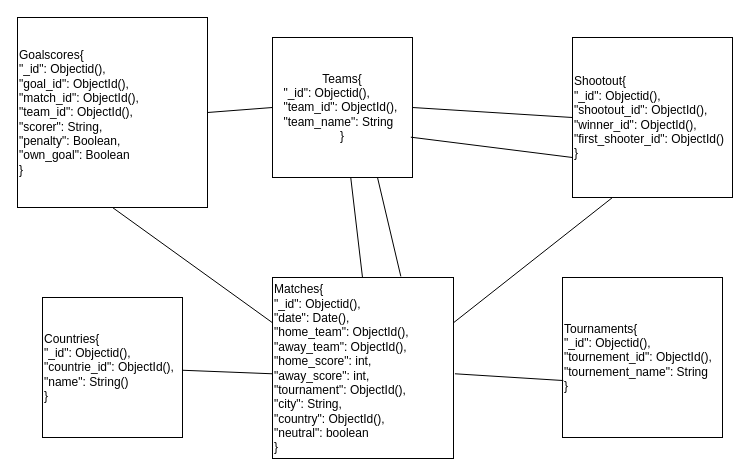
Above: BDA_project/bd_diagrams/Diagram_Mongo.drawio in AnaLiliaTeixeira/International-Football-Results (draw.io), before the change. Source tidied: cells renumbered, new cells numbered last; positions are measured from the earlier drawing's top-left corner, leaving out a move shared by most shapes. Both pictures are drawn from the tidied source at 100%, with x=0, y=0 at pixel (17, 17).
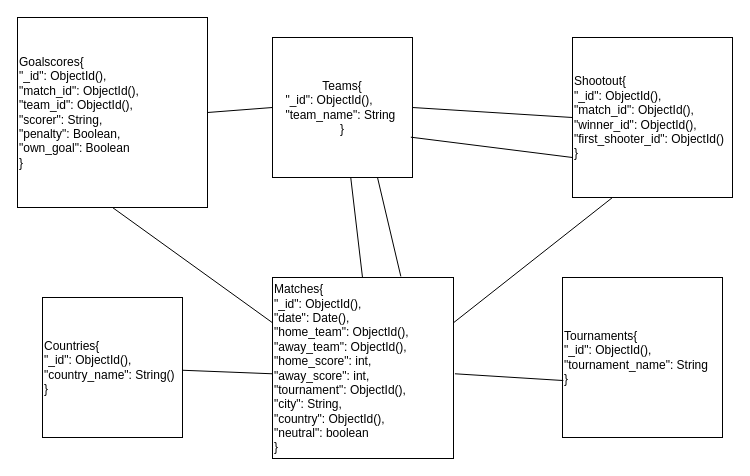
Above is the later version.

Diff of the diagram source:
```diff
@@
 <mxGraphModel>
   <root>
     <mxCell id="0" />
     <mxCell id="1" parent="0" />
-    <mxCell id="2" value="Matches{&lt;div&gt;&quot;_id&quot;: Objectid(),&amp;nbsp;&lt;/div&gt;&lt;div&gt;&quot;date&quot;: Date(),&lt;/div&gt;&lt;div&gt;&quot;home_team&quot;: ObjectId(),&amp;nbsp;&lt;/div&gt;&lt;div&gt;&quot;away_team&quot;: ObjectId(),&amp;nbsp;&lt;/div&gt;&lt;div&gt;&quot;home_score&quot;: int,&lt;/div&gt;&lt;div&gt;&quot;away_score&quot;: int,&lt;/div&gt;&lt;div&gt;&quot;tournament&quot;: ObjectId(),&lt;/div&gt;&lt;div&gt;&quot;city&quot;: String,&lt;/div&gt;&lt;div&gt;&quot;country&quot;: ObjectId(),&amp;nbsp;&lt;/div&gt;&lt;div&gt;&quot;neutral&quot;: boolean&lt;/div&gt;&lt;div style=&quot;&quot;&gt;}&lt;/div&gt;" style="whiteSpace=wrap;html=1;align=left;" parent="1" vertex="1">
+    <mxCell id="2" value="Matches{&lt;div&gt;&quot;_id&quot;: ObjectId(),&amp;nbsp;&lt;/div&gt;&lt;div&gt;&quot;date&quot;: Date(),&lt;/div&gt;&lt;div&gt;&quot;home_team&quot;: ObjectId(),&amp;nbsp;&lt;/div&gt;&lt;div&gt;&quot;away_team&quot;: ObjectId(),&amp;nbsp;&lt;/div&gt;&lt;div&gt;&quot;home_score&quot;: int,&lt;/div&gt;&lt;div&gt;&quot;away_score&quot;: int,&lt;/div&gt;&lt;div&gt;&quot;tournament&quot;: ObjectId(),&lt;/div&gt;&lt;div&gt;&quot;city&quot;: String,&lt;/div&gt;&lt;div&gt;&quot;country&quot;: ObjectId(),&amp;nbsp;&lt;/div&gt;&lt;div&gt;&quot;neutral&quot;: boolean&lt;/div&gt;&lt;div style=&quot;&quot;&gt;}&lt;/div&gt;" style="whiteSpace=wrap;html=1;align=left;" parent="1" vertex="1">
       <mxGeometry x="255" y="260" width="181" height="181" as="geometry" />
     </mxCell>
-    <mxCell id="3" value="Shootout{&lt;br&gt;&lt;div style=&quot;border-color: var(--border-color);&quot;&gt;&quot;_id&quot;: Objectid(),&amp;nbsp;&lt;/div&gt;&lt;div style=&quot;border-color: var(--border-color);&quot;&gt;&quot;shootout_id&quot;: ObjectId(),&amp;nbsp;&lt;/div&gt;&lt;div style=&quot;border-color: var(--border-color);&quot;&gt;&quot;winner_id&quot;: ObjectId(),&amp;nbsp;&lt;/div&gt;&lt;div style=&quot;border-color: var(--border-color);&quot;&gt;&quot;first_shooter_id&quot;: ObjectId()&lt;/div&gt;}" style="whiteSpace=wrap;html=1;align=left;" parent="1" vertex="1">
+    <mxCell id="3" value="Shootout{&lt;br&gt;&lt;div style=&quot;border-color: var(--border-color);&quot;&gt;&quot;_id&quot;: ObjectId()&lt;span style=&quot;background-color: initial;&quot;&gt;,&lt;/span&gt;&lt;/div&gt;&lt;div style=&quot;border-color: var(--border-color);&quot;&gt;&lt;span style=&quot;background-color: initial;&quot;&gt;&quot;match_id&quot;: ObjectId(),&amp;nbsp;&lt;/span&gt;&lt;/div&gt;&lt;div style=&quot;border-color: var(--border-color);&quot;&gt;&quot;winner_id&quot;: ObjectId(),&amp;nbsp;&lt;/div&gt;&lt;div style=&quot;border-color: var(--border-color);&quot;&gt;&quot;first_shooter_id&quot;: ObjectId()&lt;/div&gt;}" style="whiteSpace=wrap;html=1;align=left;" parent="1" vertex="1">
       <mxGeometry x="555" y="20" width="160" height="160" as="geometry" />
     </mxCell>
-    <mxCell id="4" value="Goalscores{&lt;br style=&quot;border-color: var(--border-color);&quot;&gt;&lt;div style=&quot;border-color: var(--border-color);&quot;&gt;&quot;_id&quot;: Objectid(),&amp;nbsp;&lt;/div&gt;&lt;div style=&quot;border-color: var(--border-color);&quot;&gt;&quot;goal_id&quot;: ObjectId(),&amp;nbsp;&lt;/div&gt;&lt;div style=&quot;border-color: var(--border-color);&quot;&gt;&quot;match_id&quot;: ObjectId(),&amp;nbsp;&lt;/div&gt;&lt;div style=&quot;border-color: var(--border-color);&quot;&gt;&quot;team_id&quot;: ObjectId(),&lt;/div&gt;&lt;div style=&quot;border-color: var(--border-color);&quot;&gt;&quot;scorer&quot;: String,&lt;/div&gt;&lt;div style=&quot;border-color: var(--border-color);&quot;&gt;&quot;penalty&quot;: Boolean,&lt;/div&gt;&lt;div style=&quot;border-color: var(--border-color);&quot;&gt;&quot;own_goal&quot;: Boolean&lt;/div&gt;&lt;span style=&quot;&quot;&gt;}&lt;/span&gt;" style="whiteSpace=wrap;html=1;align=left;" parent="1" vertex="1">
+    <mxCell id="4" value="Goalscores{&lt;br style=&quot;border-color: var(--border-color);&quot;&gt;&lt;div style=&quot;border-color: var(--border-color);&quot;&gt;&quot;_id&quot;: ObjectId()&lt;span style=&quot;background-color: initial;&quot;&gt;,&amp;nbsp;&lt;/span&gt;&lt;/div&gt;&lt;div style=&quot;border-color: var(--border-color);&quot;&gt;&quot;match_id&quot;: ObjectId(),&amp;nbsp;&lt;/div&gt;&lt;div style=&quot;border-color: var(--border-color);&quot;&gt;&quot;team_id&quot;: ObjectId(),&lt;/div&gt;&lt;div style=&quot;border-color: var(--border-color);&quot;&gt;&quot;scorer&quot;: String,&lt;/div&gt;&lt;div style=&quot;border-color: var(--border-color);&quot;&gt;&quot;penalty&quot;: Boolean,&lt;/div&gt;&lt;div style=&quot;border-color: var(--border-color);&quot;&gt;&quot;own_goal&quot;: Boolean&lt;/div&gt;&lt;span style=&quot;&quot;&gt;}&lt;/span&gt;" style="whiteSpace=wrap;html=1;align=left;" parent="1" vertex="1">
       <mxGeometry width="190" height="190" as="geometry" />
     </mxCell>
-    <mxCell id="5" value="Teams{&lt;br style=&quot;border-color: var(--border-color); text-align: left;&quot;&gt;&lt;div style=&quot;border-color: var(--border-color); text-align: left;&quot;&gt;&quot;_id&quot;: Objectid(),&amp;nbsp;&lt;/div&gt;&lt;div style=&quot;border-color: var(--border-color); text-align: left;&quot;&gt;&quot;team_id&quot;: ObjectId(),&amp;nbsp;&lt;/div&gt;&lt;div style=&quot;border-color: var(--border-color); text-align: left;&quot;&gt;&quot;team_name&quot;: String&amp;nbsp;&lt;/div&gt;&lt;span style=&quot;text-align: left;&quot;&gt;}&lt;/span&gt;" style="whiteSpace=wrap;html=1;" parent="1" vertex="1">
+    <mxCell id="5" value="Teams{&lt;br style=&quot;border-color: var(--border-color); text-align: left;&quot;&gt;&lt;div style=&quot;border-color: var(--border-color); text-align: left;&quot;&gt;&quot;_id&quot;: ObjectId(),&amp;nbsp;&lt;span style=&quot;background-color: initial;&quot;&gt;&amp;nbsp;&lt;/span&gt;&lt;/div&gt;&lt;div style=&quot;border-color: var(--border-color); text-align: left;&quot;&gt;&quot;team_name&quot;: String&amp;nbsp;&lt;/div&gt;&lt;span style=&quot;text-align: left;&quot;&gt;}&lt;/span&gt;" style="whiteSpace=wrap;html=1;" parent="1" vertex="1">
       <mxGeometry x="255" y="20" width="140" height="140" as="geometry" />
     </mxCell>
-    <mxCell id="6" value="Tournaments{&lt;br style=&quot;border-color: var(--border-color);&quot;&gt;&lt;div style=&quot;border-color: var(--border-color);&quot;&gt;&quot;_id&quot;: Objectid(),&amp;nbsp;&lt;/div&gt;&lt;div style=&quot;border-color: var(--border-color);&quot;&gt;&quot;tournement_id&quot;: ObjectId(),&amp;nbsp;&lt;/div&gt;&lt;div style=&quot;border-color: var(--border-color);&quot;&gt;&quot;tournement_name&quot;: String&lt;/div&gt;&lt;span style=&quot;&quot;&gt;}&lt;/span&gt;" style="whiteSpace=wrap;html=1;align=left;" parent="1" vertex="1">
+    <mxCell id="6" value="Tournaments{&lt;br style=&quot;border-color: var(--border-color);&quot;&gt;&lt;div style=&quot;border-color: var(--border-color);&quot;&gt;&quot;_id&quot;: ObjectId(),&amp;nbsp;&lt;span style=&quot;background-color: initial;&quot;&gt;&amp;nbsp;&lt;/span&gt;&lt;/div&gt;&lt;div style=&quot;border-color: var(--border-color);&quot;&gt;&quot;tournament_name&quot;: String&lt;/div&gt;&lt;span style=&quot;&quot;&gt;}&lt;/span&gt;" style="whiteSpace=wrap;html=1;align=left;" parent="1" vertex="1">
       <mxGeometry x="545" y="260" width="160" height="160" as="geometry" />
     </mxCell>
-    <mxCell id="7" value="Countries{&lt;br style=&quot;border-color: var(--border-color);&quot;&gt;&lt;div style=&quot;border-color: var(--border-color);&quot;&gt;&quot;_id&quot;: Objectid(),&amp;nbsp;&lt;/div&gt;&lt;div style=&quot;border-color: var(--border-color);&quot;&gt;&quot;countrie_id&quot;: ObjectId(),&amp;nbsp;&lt;/div&gt;&lt;div style=&quot;border-color: var(--border-color);&quot;&gt;&quot;name&quot;: String()&lt;/div&gt;&lt;span style=&quot;&quot;&gt;}&lt;/span&gt;" style="whiteSpace=wrap;html=1;align=left;" parent="1" vertex="1">
+    <mxCell id="7" value="Countries{&lt;br style=&quot;border-color: var(--border-color);&quot;&gt;&lt;div style=&quot;border-color: var(--border-color);&quot;&gt;&quot;_id&quot;: ObjectId(),&amp;nbsp;&lt;span style=&quot;background-color: initial;&quot;&gt;&amp;nbsp;&lt;/span&gt;&lt;/div&gt;&lt;div style=&quot;border-color: var(--border-color);&quot;&gt;&quot;country_name&quot;: String()&lt;/div&gt;&lt;span style=&quot;&quot;&gt;}&lt;/span&gt;" style="whiteSpace=wrap;html=1;align=left;" parent="1" vertex="1">
       <mxGeometry x="25" y="280" width="140" height="140" as="geometry" />
     </mxCell>
     <mxCell id="8" style="endArrow=none;html=1;rounded=0;exitX=1;exitY=0.5;exitDx=0;exitDy=0;" parent="1" edge="1" source="4">
       <mxGeometry relative="1" as="geometry">
         <mxPoint x="255" y="90" as="targetPoint" />
       </mxGeometry>
     </mxCell>
     <mxCell id="9" style="endArrow=none;html=1;rounded=0;entryX=1;entryY=0.5;entryDx=0;entryDy=0;exitX=0;exitY=0.5;exitDx=0;exitDy=0;" parent="1" edge="1" source="3" target="5">
       <mxGeometry relative="1" as="geometry" />
     </mxCell>
     <mxCell id="10" style="endArrow=none;html=1;rounded=0;exitX=0.988;exitY=0.712;exitDx=0;exitDy=0;exitPerimeter=0;entryX=0;entryY=0.75;entryDx=0;entryDy=0;" parent="1" edge="1" source="5" target="3">
       <mxGeometry relative="1" as="geometry" />
     </mxCell>
     <mxCell id="11" style="endArrow=none;html=1;rounded=0;" parent="1" edge="1" target="5">
       <mxGeometry relative="1" as="geometry">
         <mxPoint x="345" y="260" as="sourcePoint" />
       </mxGeometry>
     </mxCell>
     <mxCell id="12" style="endArrow=none;html=1;rounded=0;exitX=0.709;exitY=-0.006;exitDx=0;exitDy=0;exitPerimeter=0;entryX=0.75;entryY=1;entryDx=0;entryDy=0;" parent="1" edge="1" source="2" target="5">
       <mxGeometry relative="1" as="geometry" />
     </mxCell>
     <mxCell id="13" style="endArrow=none;html=1;rounded=0;exitX=1;exitY=0.25;exitDx=0;exitDy=0;entryX=0.25;entryY=1;entryDx=0;entryDy=0;" parent="1" edge="1" source="2" target="3">
       <mxGeometry relative="1" as="geometry" />
     </mxCell>
     <mxCell id="14" style="endArrow=none;html=1;rounded=0;exitX=1.008;exitY=0.532;exitDx=0;exitDy=0;exitPerimeter=0;entryX=0.005;entryY=0.644;entryDx=0;entryDy=0;entryPerimeter=0;" parent="1" edge="1" source="2" target="6">
       <mxGeometry relative="1" as="geometry" />
     </mxCell>
     <mxCell id="15" style="endArrow=none;html=1;rounded=0;exitX=0;exitY=0.532;exitDx=0;exitDy=0;exitPerimeter=0;" parent="1" edge="1" source="2" target="7">
       <mxGeometry relative="1" as="geometry" />
     </mxCell>
     <mxCell id="16" style="endArrow=none;html=1;rounded=0;entryX=0.5;entryY=1;entryDx=0;entryDy=0;exitX=0;exitY=0.25;exitDx=0;exitDy=0;" parent="1" edge="1" source="2" target="4">
       <mxGeometry relative="1" as="geometry" />
     </mxCell>
   </root>
 </mxGraphModel>
```
